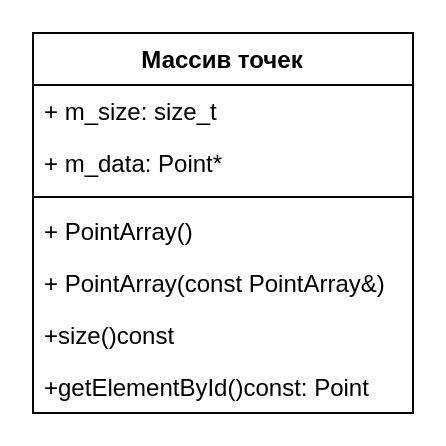
77maxikov/pf_course keeps this draw.io diagram as doc/classDiagram.drawio. Above is the earlier version. Source tidied: cells renumbered, new cells numbered last; positions are measured from the earlier drawing's top-left corner, leaving out a move shared by most shapes. Both pictures are drawn from the tidied source at 200%, with x=0, y=0 at pixel (32, 32).
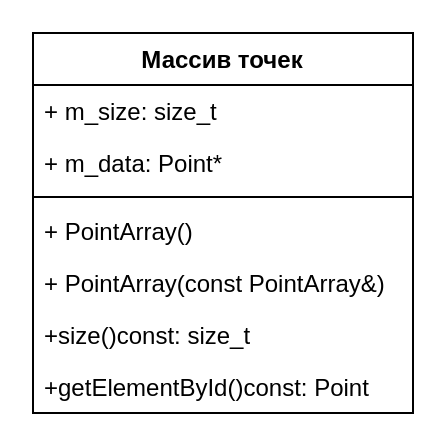
The same diagram, later.

The edit, as a diff of the source:
```diff
@@
 <mxGraphModel>
   <root>
     <mxCell id="0" />
     <mxCell id="1" parent="0" />
     <mxCell id="2" value="Массив точек" style="swimlane;fontStyle=1;align=center;verticalAlign=top;horizontal=1;startSize=26;" parent="1" vertex="1">
       <mxGeometry width="190" height="190" as="geometry" />
     </mxCell>
     <mxCell id="3" value="+ m_size: size_t" style="text;strokeColor=none;fillColor=none;align=left;verticalAlign=top;spacingLeft=4;spacingRight=4;overflow=hidden;" parent="2" vertex="1">
       <mxGeometry y="26" width="190" height="26" as="geometry" />
     </mxCell>
     <mxCell id="4" value="+ m_data: Point*" style="text;strokeColor=none;fillColor=none;align=left;verticalAlign=top;spacingLeft=4;spacingRight=4;overflow=hidden;" parent="2" vertex="1">
       <mxGeometry y="52" width="190" height="26" as="geometry" />
     </mxCell>
     <mxCell id="5" style="line;strokeWidth=1;fillColor=none;align=left;verticalAlign=middle;spacingTop=-1;spacingLeft=3;spacingRight=3;labelPosition=right;" parent="2" vertex="1">
       <mxGeometry y="78" width="190" height="8" as="geometry" />
     </mxCell>
     <mxCell id="6" value="+ PointArray()" style="text;strokeColor=none;fillColor=none;align=left;verticalAlign=top;spacingLeft=4;spacingRight=4;overflow=hidden;" parent="2" vertex="1">
       <mxGeometry y="86" width="190" height="26" as="geometry" />
     </mxCell>
     <mxCell id="7" value="+ PointArray(const PointArray&amp;)&#10;" style="text;strokeColor=none;fillColor=none;align=left;verticalAlign=top;spacingLeft=4;spacingRight=4;overflow=hidden;" parent="2" vertex="1">
       <mxGeometry y="112" width="190" height="26" as="geometry" />
     </mxCell>
-    <mxCell id="8" value="+size()const&#10;" style="text;strokeColor=none;fillColor=none;align=left;verticalAlign=top;spacingLeft=4;spacingRight=4;overflow=hidden;" parent="2" vertex="1">
+    <mxCell id="8" value="+size()const: size_t&#10;" style="text;strokeColor=none;fillColor=none;align=left;verticalAlign=top;spacingLeft=4;spacingRight=4;overflow=hidden;" parent="2" vertex="1">
       <mxGeometry y="138" width="190" height="26" as="geometry" />
     </mxCell>
     <mxCell id="9" value="+getElementById()const: Point&#10;" style="text;strokeColor=none;fillColor=none;align=left;verticalAlign=top;spacingLeft=4;spacingRight=4;overflow=hidden;" parent="2" vertex="1">
       <mxGeometry y="164" width="190" height="26" as="geometry" />
     </mxCell>
   </root>
 </mxGraphModel>
```
